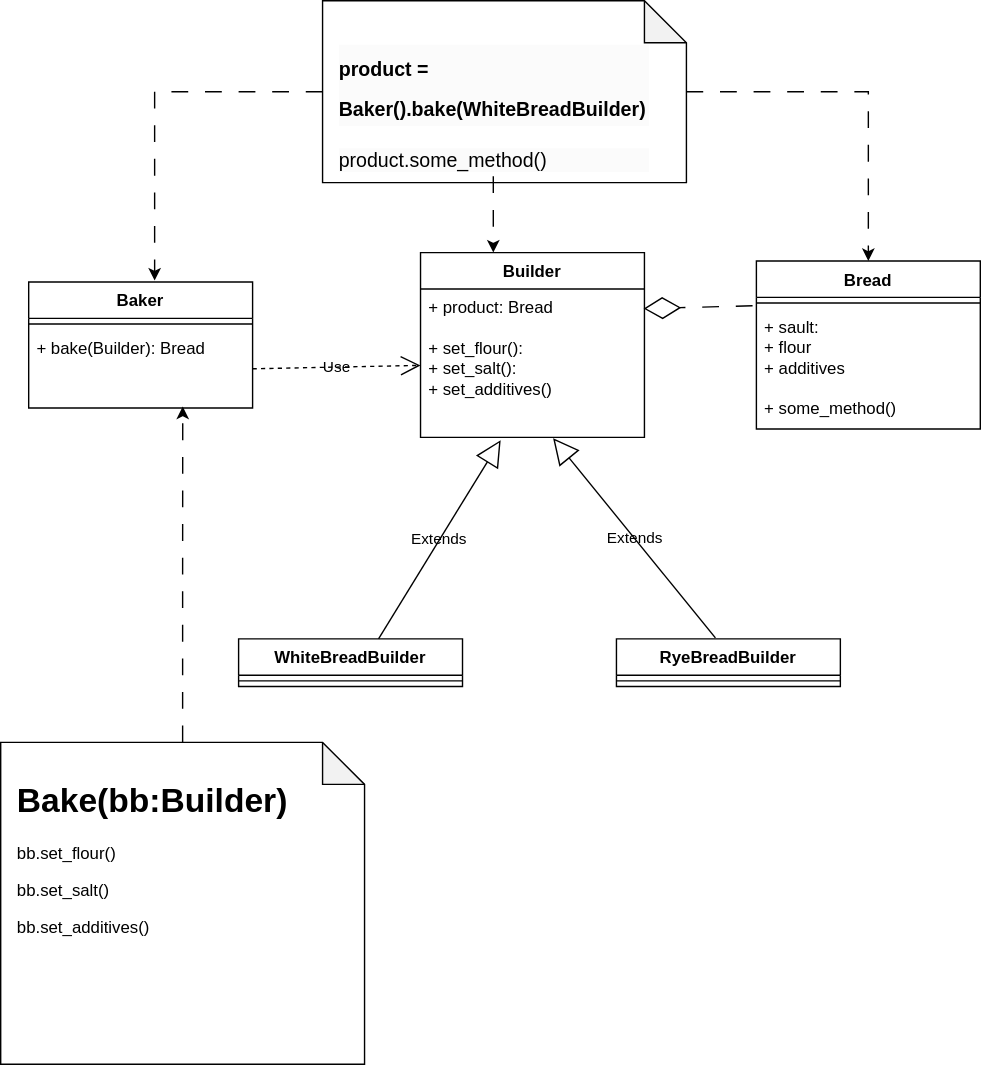
This is img/builder.svg from ElenaShargina/patterns, a draw.io export, as it was before one commit. Source tidied: cells renumbered, new cells last; positions are measured from the earlier drawing's top-left corner, leaving out a move shared by most shapes. The source it was exported from:
```xml
<mxGraphModel>
  <root>
    <mxCell id="0" />
    <mxCell id="1" parent="0" />
    <mxCell id="2" value="Baker" style="swimlane;fontStyle=1;align=center;verticalAlign=top;horizontal=1;startSize=26;whiteSpace=wrap;html=1;rounded=0;labelBackgroundColor=none;" parent="1" vertex="1">
      <mxGeometry x="20" y="201" width="160" height="90" as="geometry" />
    </mxCell>
    <mxCell id="3" style="line;strokeWidth=1;fillColor=none;align=left;verticalAlign=middle;spacingTop=-1;spacingLeft=3;spacingRight=3;labelPosition=right;rounded=0;labelBackgroundColor=none;" parent="2" vertex="1">
      <mxGeometry y="26" width="160" height="8" as="geometry" />
    </mxCell>
    <mxCell id="4" value="+ bake(Builder): Bread&lt;br&gt;" style="text;strokeColor=none;fillColor=none;align=left;verticalAlign=top;spacingLeft=4;spacingRight=4;overflow=hidden;points=[[0,0.5],[1,0.5]];portConstraint=eastwest;whiteSpace=wrap;html=1;rounded=0;labelBackgroundColor=none;" parent="2" vertex="1">
      <mxGeometry y="34" width="160" height="56" as="geometry" />
    </mxCell>
    <mxCell id="5" value="Builder" style="swimlane;fontStyle=1;align=center;verticalAlign=top;horizontal=1;startSize=26;whiteSpace=wrap;html=1;rounded=0;labelBackgroundColor=none;" parent="1" vertex="1">
      <mxGeometry x="300" y="180" width="160" height="132" as="geometry" />
    </mxCell>
    <mxCell id="6" value="+ product: Bread&lt;br&gt;&lt;br&gt;+ set_flour():&amp;nbsp;&lt;br&gt;+ set_salt():&lt;br&gt;+ set_additives()" style="text;strokeColor=none;fillColor=none;align=left;verticalAlign=top;spacingLeft=4;spacingRight=4;overflow=hidden;points=[[0,0.5],[1,0.5]];portConstraint=eastwest;whiteSpace=wrap;html=1;rounded=0;labelBackgroundColor=none;" parent="5" vertex="1">
      <mxGeometry y="26" width="160" height="106" as="geometry" />
    </mxCell>
    <mxCell id="7" value="Use" style="endArrow=open;endSize=12;dashed=1;html=1;rounded=0;exitX=1;exitY=0.5;exitDx=0;exitDy=0;labelBackgroundColor=none;fontColor=default;" parent="1" edge="1" source="4" target="6">
      <mxGeometry relative="1" as="geometry" />
    </mxCell>
    <mxCell id="8" value="WhiteBreadBuilder" style="swimlane;fontStyle=1;align=center;verticalAlign=top;horizontal=1;startSize=26;whiteSpace=wrap;html=1;rounded=0;labelBackgroundColor=none;" parent="1" vertex="1">
      <mxGeometry x="170" y="456" width="160" height="34" as="geometry" />
    </mxCell>
    <mxCell id="9" style="line;strokeWidth=1;fillColor=none;align=left;verticalAlign=middle;spacingTop=-1;spacingLeft=3;spacingRight=3;labelPosition=right;rounded=0;labelBackgroundColor=none;" parent="8" vertex="1">
      <mxGeometry y="26" width="160" height="8" as="geometry" />
    </mxCell>
    <mxCell id="10" value="RyeBreadBuilder" style="swimlane;fontStyle=1;align=center;verticalAlign=top;horizontal=1;startSize=26;whiteSpace=wrap;html=1;rounded=0;labelBackgroundColor=none;" parent="1" vertex="1">
      <mxGeometry x="440" y="456" width="160" height="34" as="geometry" />
    </mxCell>
    <mxCell id="11" style="line;strokeWidth=1;fillColor=none;align=left;verticalAlign=middle;spacingTop=-1;spacingLeft=3;spacingRight=3;labelPosition=right;rounded=0;labelBackgroundColor=none;" parent="10" vertex="1">
      <mxGeometry y="26" width="160" height="8" as="geometry" />
    </mxCell>
    <mxCell id="12" value="Bread" style="swimlane;fontStyle=1;align=center;verticalAlign=top;horizontal=1;startSize=26;whiteSpace=wrap;html=1;rounded=0;labelBackgroundColor=none;" parent="1" vertex="1">
      <mxGeometry x="540" y="186" width="160" height="120" as="geometry" />
    </mxCell>
    <mxCell id="13" style="line;strokeWidth=1;fillColor=none;align=left;verticalAlign=middle;spacingTop=-1;spacingLeft=3;spacingRight=3;labelPosition=right;rounded=0;labelBackgroundColor=none;" parent="12" vertex="1">
      <mxGeometry y="26" width="160" height="8" as="geometry" />
    </mxCell>
    <mxCell id="14" value="+ sault:&amp;nbsp;&lt;br&gt;+ flour&lt;br&gt;+ additives&lt;br&gt;&lt;br&gt;+ some_method()" style="text;strokeColor=none;fillColor=none;align=left;verticalAlign=top;spacingLeft=4;spacingRight=4;overflow=hidden;whiteSpace=wrap;html=1;rounded=0;labelBackgroundColor=none;" parent="12" vertex="1">
      <mxGeometry y="34" width="160" height="86" as="geometry" />
    </mxCell>
    <mxCell id="15" value="Extends" style="endArrow=block;endSize=16;endFill=0;html=1;rounded=0;exitX=0.625;exitY=0;exitDx=0;exitDy=0;entryX=0.358;entryY=1.019;entryDx=0;entryDy=0;entryPerimeter=0;exitPerimeter=0;labelBackgroundColor=none;fontColor=default;" parent="1" edge="1" source="8" target="6">
      <mxGeometry relative="1" as="geometry" />
    </mxCell>
    <mxCell id="16" value="Extends" style="endArrow=block;endSize=16;endFill=0;html=1;rounded=0;entryX=0.592;entryY=1.006;entryDx=0;entryDy=0;entryPerimeter=0;exitX=0.442;exitY=-0.02;exitDx=0;exitDy=0;exitPerimeter=0;labelBackgroundColor=none;fontColor=default;" parent="1" edge="1" source="10" target="6">
      <mxGeometry relative="1" as="geometry" />
    </mxCell>
    <mxCell id="17" style="group;rounded=0;labelBackgroundColor=none;" parent="1" vertex="1">
      <mxGeometry x="230" width="260" height="130" as="geometry" />
    </mxCell>
    <mxCell id="18" style="shape=note;whiteSpace=wrap;html=1;backgroundOutline=1;darkOpacity=0.05;rounded=0;labelBackgroundColor=none;" parent="17" vertex="1">
      <mxGeometry width="260" height="130" as="geometry" />
    </mxCell>
    <mxCell id="19" value="&#10;&lt;h1 style=&quot;border-color: var(--border-color); color: rgb(0, 0, 0); font-family: Helvetica; font-style: normal; font-variant-ligatures: normal; font-variant-caps: normal; letter-spacing: normal; orphans: 2; text-align: left; text-indent: 0px; text-transform: none; widows: 2; word-spacing: 0px; -webkit-text-stroke-width: 0px; background-color: rgb(251, 251, 251); text-decoration-thickness: initial; text-decoration-style: initial; text-decoration-color: initial;&quot;&gt;&lt;span style=&quot;border-color: var(--border-color); font-size: 14px;&quot;&gt;product = Baker().bake(WhiteBreadBuilder)&lt;/span&gt;&lt;/h1&gt;&lt;div style=&quot;border-color: var(--border-color); color: rgb(0, 0, 0); font-family: Helvetica; font-size: 12px; font-style: normal; font-variant-ligatures: normal; font-variant-caps: normal; font-weight: 400; letter-spacing: normal; orphans: 2; text-align: left; text-indent: 0px; text-transform: none; widows: 2; word-spacing: 0px; -webkit-text-stroke-width: 0px; background-color: rgb(251, 251, 251); text-decoration-thickness: initial; text-decoration-style: initial; text-decoration-color: initial;&quot;&gt;&lt;span style=&quot;border-color: var(--border-color); font-size: 14px;&quot;&gt;product.some_method()&lt;/span&gt;&lt;/div&gt;&#10;&#10;" style="text;html=1;strokeColor=none;fillColor=none;spacing=5;spacingTop=-20;whiteSpace=wrap;overflow=hidden;rounded=0;labelBackgroundColor=none;" parent="17" vertex="1">
      <mxGeometry x="7" y="12.4" width="230" height="113" as="geometry" />
    </mxCell>
    <mxCell id="20" style="group;rounded=0;labelBackgroundColor=none;" parent="1" vertex="1">
      <mxGeometry y="530" width="260" height="230" as="geometry" />
    </mxCell>
    <mxCell id="21" style="shape=note;whiteSpace=wrap;html=1;backgroundOutline=1;darkOpacity=0.05;rounded=0;labelBackgroundColor=none;" parent="20" vertex="1">
      <mxGeometry width="260" height="230" as="geometry" />
    </mxCell>
    <mxCell id="22" value="&lt;h1 style=&quot;border-color: var(--border-color);&quot;&gt;Bake(bb:Builder)&lt;/h1&gt;&lt;h1&gt;&lt;p style=&quot;border-color: var(--border-color); font-size: 12px; font-weight: 400;&quot;&gt;bb.set_flour()&lt;/p&gt;&lt;p style=&quot;border-color: var(--border-color); font-size: 12px; font-weight: 400;&quot;&gt;bb.set_salt()&lt;/p&gt;&lt;p style=&quot;border-color: var(--border-color); font-size: 12px; font-weight: 400;&quot;&gt;bb.set_additives()&lt;/p&gt;&lt;/h1&gt;" style="text;html=1;strokeColor=none;fillColor=none;spacing=5;spacingTop=-20;whiteSpace=wrap;overflow=hidden;rounded=0;labelBackgroundColor=none;" parent="20" vertex="1">
      <mxGeometry x="7" y="22" width="230" height="200" as="geometry" />
    </mxCell>
    <mxCell id="23" style="endArrow=diamondThin;endFill=0;endSize=24;html=1;rounded=0;dashed=1;dashPattern=12 12;entryX=0.996;entryY=0.434;entryDx=0;entryDy=0;entryPerimeter=0;exitX=-0.017;exitY=0.349;exitDx=0;exitDy=0;exitPerimeter=0;labelBackgroundColor=none;fontColor=default;" parent="1" edge="1">
      <mxGeometry relative="1" as="geometry">
        <mxPoint x="537.3" y="218" as="sourcePoint" />
        <mxPoint x="459.4" y="220" as="targetPoint" />
      </mxGeometry>
    </mxCell>
    <mxCell id="24" style="edgeStyle=orthogonalEdgeStyle;rounded=0;jettySize=auto;html=1;entryX=0.688;entryY=0.982;entryDx=0;entryDy=0;entryPerimeter=0;dashed=1;dashPattern=12 12;endArrow=classic;endFill=1;labelBackgroundColor=none;fontColor=default;" parent="1" edge="1" source="21" target="4">
      <mxGeometry relative="1" as="geometry" />
    </mxCell>
    <mxCell id="25" style="edgeStyle=orthogonalEdgeStyle;rounded=0;jettySize=auto;html=1;dashed=1;dashPattern=12 12;endArrow=classic;endFill=1;labelBackgroundColor=none;fontColor=default;" parent="1" edge="1" source="18">
      <mxGeometry relative="1" as="geometry">
        <mxPoint x="110" y="200" as="targetPoint" />
      </mxGeometry>
    </mxCell>
    <mxCell id="26" style="edgeStyle=orthogonalEdgeStyle;rounded=0;jettySize=auto;html=1;entryX=0.325;entryY=0;entryDx=0;entryDy=0;entryPerimeter=0;dashed=1;dashPattern=12 12;endArrow=classic;endFill=1;labelBackgroundColor=none;fontColor=default;" parent="1" edge="1" source="19" target="5">
      <mxGeometry relative="1" as="geometry" />
    </mxCell>
    <mxCell id="27" style="edgeStyle=orthogonalEdgeStyle;rounded=0;jettySize=auto;html=1;entryX=0.5;entryY=0;entryDx=0;entryDy=0;dashed=1;dashPattern=12 12;endArrow=classic;endFill=1;labelBackgroundColor=none;fontColor=default;" parent="1" edge="1" source="18" target="12">
      <mxGeometry relative="1" as="geometry" />
    </mxCell>
  </root>
</mxGraphModel>
```
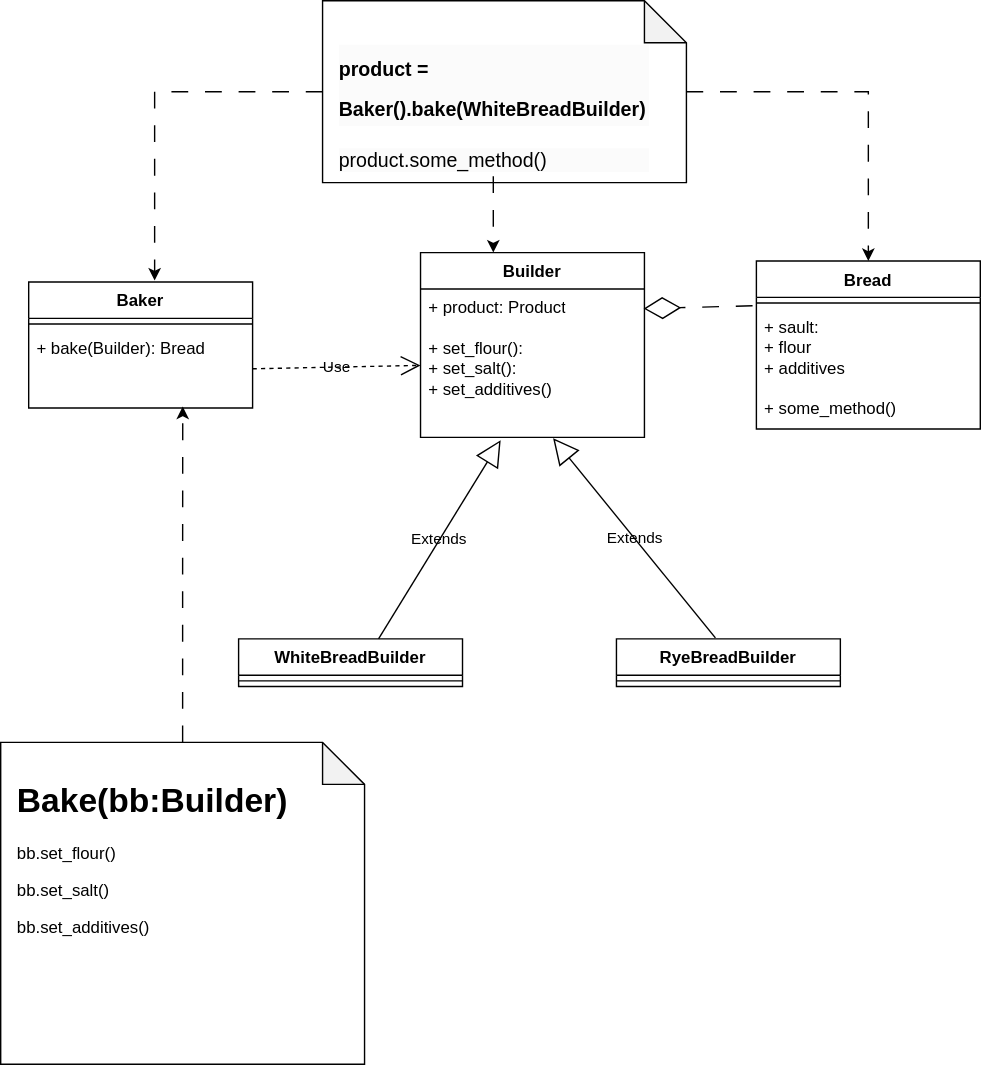
Above is the later version.

What changed in the source:
```diff
@@ -14,7 +14,7 @@
     <mxCell id="5" value="Builder" style="swimlane;fontStyle=1;align=center;verticalAlign=top;horizontal=1;startSize=26;whiteSpace=wrap;html=1;rounded=0;labelBackgroundColor=none;" parent="1" vertex="1">
       <mxGeometry x="300" y="180" width="160" height="132" as="geometry" />
     </mxCell>
-    <mxCell id="6" value="+ product: Bread&lt;br&gt;&lt;br&gt;+ set_flour():&amp;nbsp;&lt;br&gt;+ set_salt():&lt;br&gt;+ set_additives()" style="text;strokeColor=none;fillColor=none;align=left;verticalAlign=top;spacingLeft=4;spacingRight=4;overflow=hidden;points=[[0,0.5],[1,0.5]];portConstraint=eastwest;whiteSpace=wrap;html=1;rounded=0;labelBackgroundColor=none;" parent="5" vertex="1">
+    <mxCell id="6" value="+ product: Product&lt;br&gt;&lt;br&gt;+ set_flour():&amp;nbsp;&lt;br&gt;+ set_salt():&lt;br&gt;+ set_additives()" style="text;strokeColor=none;fillColor=none;align=left;verticalAlign=top;spacingLeft=4;spacingRight=4;overflow=hidden;points=[[0,0.5],[1,0.5]];portConstraint=eastwest;whiteSpace=wrap;html=1;rounded=0;labelBackgroundColor=none;" parent="5" vertex="1">
       <mxGeometry y="26" width="160" height="106" as="geometry" />
     </mxCell>
     <mxCell id="7" value="Use" style="endArrow=open;endSize=12;dashed=1;html=1;rounded=0;exitX=1;exitY=0.5;exitDx=0;exitDy=0;labelBackgroundColor=none;fontColor=default;" parent="1" edge="1" source="4" target="6">
```
